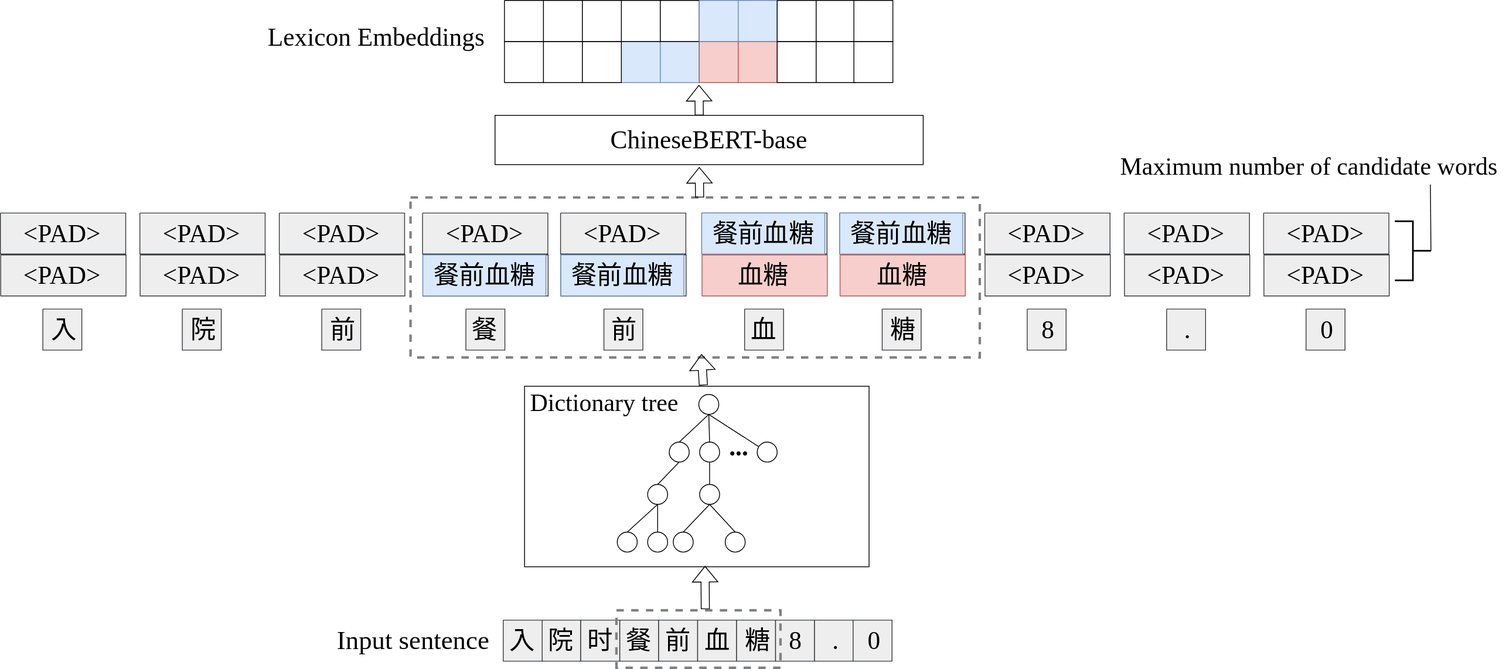
Earlier version of the draw.io export lexicon_information_matcher.drawio.svg (JJackMoO/Jackert_draw). Source tidied: cells renumbered, new cells last; positions are measured from the earlier drawing's top-left corner, leaving out a move shared by most shapes.
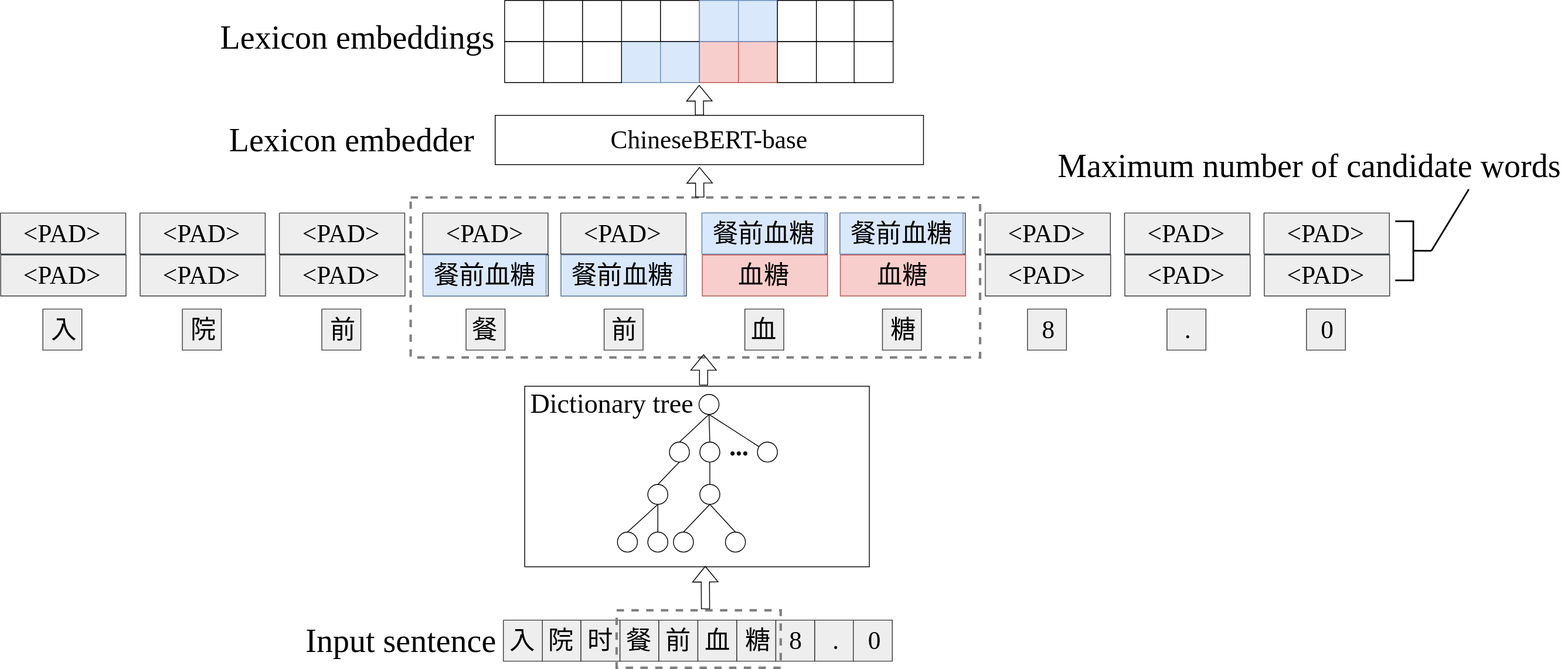
After the change.

What changed in the source:
```diff
@@ -77,8 +77,8 @@
         <mxPoint x="859" y="689" as="targetPoint" />
       </mxGeometry>
     </mxCell>
-    <mxCell id="26" value="Input sentence" style="text;html=1;align=center;verticalAlign=middle;fillColor=none;strokeColor=none;rounded=0;fontFamily=Times New Roman;fontSize=32;" parent="1" vertex="1">
-      <mxGeometry x="403" y="760" width="200" height="40" as="geometry" />
+    <mxCell id="26" value="&lt;font style=&quot;font-size: 40px;&quot;&gt;Input sentence&lt;/font&gt;" style="text;html=1;align=center;verticalAlign=middle;fillColor=none;strokeColor=none;rounded=0;fontFamily=Times New Roman;fontSize=32;" parent="1" vertex="1">
+      <mxGeometry x="363" y="755" width="250" height="50" as="geometry" />
     </mxCell>
     <mxCell id="27" style="group;" parent="1" vertex="1">
       <mxGeometry x="755" y="755" width="192.5" height="50" as="geometry" />
@@ -191,9 +191,10 @@
     <mxCell id="63" value="前" style="text;html=1;align=center;verticalAlign=middle;fillColor=none;strokeColor=none;rounded=0;fontFamily=Times New Roman;fontSize=31;" parent="61" vertex="1">
       <mxGeometry width="50" height="50" as="geometry" />
     </mxCell>
-    <mxCell id="64" style="shape=flexArrow;endArrow=classic;html=1;rounded=0;fontFamily=Times New Roman;fontSize=31;entryX=0.511;entryY=0.979;entryDx=0;entryDy=0;entryPerimeter=0;" parent="1" edge="1" target="2">
+    <mxCell id="64" style="shape=flexArrow;endArrow=classic;html=1;rounded=0;fontFamily=Times New Roman;fontSize=31;" parent="1" edge="1">
       <mxGeometry relative="1" as="geometry">
         <mxPoint x="857" y="469" as="sourcePoint" />
+        <mxPoint x="857" y="431" as="targetPoint" />
       </mxGeometry>
     </mxCell>
     <mxCell id="65" style="shape=flexArrow;endArrow=classic;html=1;rounded=0;fontFamily=Times New Roman;fontSize=31;exitX=0.476;exitY=-0.018;exitDx=0;exitDy=0;exitPerimeter=0;" parent="1" edge="1">
@@ -241,20 +242,20 @@
         <mxPoint x="851.6" y="103" as="targetPoint" />
       </mxGeometry>
     </mxCell>
-    <mxCell id="78" value="Lexicon Embeddings" style="text;html=1;align=center;verticalAlign=middle;fillColor=none;strokeColor=none;rounded=0;fontFamily=Times New Roman;fontSize=31;" parent="1" vertex="1">
-      <mxGeometry x="313" y="20" width="290" height="50" as="geometry" />
+    <mxCell id="78" value="&lt;font style=&quot;font-size: 40px;&quot;&gt;Lexicon embeddings&lt;/font&gt;" style="text;html=1;align=center;verticalAlign=middle;fillColor=none;strokeColor=none;rounded=0;fontFamily=Times New Roman;fontSize=31;" parent="1" vertex="1">
+      <mxGeometry x="260" y="20" width="350" height="50" as="geometry" />
     </mxCell>
-    <mxCell id="79" style="rounded=0;jettySize=auto;html=1;exitX=0;exitY=0.5;exitDx=0;exitDy=0;exitPerimeter=0;entryX=0.809;entryY=1.059;entryDx=0;entryDy=0;entryPerimeter=0;fontFamily=Times New Roman;fontSize=30;endArrow=none;endFill=0;" parent="1" edge="1" source="80" target="81">
+    <mxCell id="79" style="rounded=0;jettySize=auto;html=1;exitX=0;exitY=0.5;exitDx=0;exitDy=0;exitPerimeter=0;entryX=0.809;entryY=1.059;entryDx=0;entryDy=0;entryPerimeter=0;fontFamily=Times New Roman;fontSize=30;endArrow=none;endFill=0;strokeWidth=2;" parent="1" edge="1" source="80" target="81">
       <mxGeometry relative="1" as="geometry" />
     </mxCell>
     <mxCell id="80" style="strokeWidth=2;html=1;shape=mxgraph.flowchart.annotation_2;align=left;labelPosition=right;fontFamily=Times New Roman;fontSize=31;flipH=1;" parent="1" vertex="1">
       <mxGeometry x="1700" y="269" width="44" height="72" as="geometry" />
     </mxCell>
-    <mxCell id="81" value="&lt;font style=&quot;font-size: 30px;&quot;&gt;Maximum number of candidate words&lt;/font&gt;" style="text;html=1;align=center;verticalAlign=middle;points=[];fillColor=none;strokeColor=none;rounded=0;fontFamily=Times New Roman;fontSize=31;" parent="1" vertex="1">
-      <mxGeometry x="1355" y="182" width="480" height="40" as="geometry" />
+    <mxCell id="81" value="&lt;font style=&quot;font-size: 40px;&quot;&gt;Maximum number of candidate words&lt;/font&gt;" style="text;html=1;align=center;verticalAlign=middle;points=[];fillColor=none;strokeColor=none;rounded=0;fontFamily=Times New Roman;fontSize=31;" parent="1" vertex="1">
+      <mxGeometry x="1280" y="177" width="630" height="50" as="geometry" />
     </mxCell>
-    <mxCell id="82" value="&lt;font style=&quot;font-size: 30px;&quot; face=&quot;Times New Roman&quot;&gt;Dictionary tree&lt;/font&gt;" style="text;html=1;align=center;verticalAlign=middle;fillColor=none;strokeColor=none;rounded=0;" parent="1" vertex="1">
-      <mxGeometry x="636" y="475" width="200" height="30" as="geometry" />
+    <mxCell id="82" value="&lt;font style=&quot;font-size: 33px;&quot; face=&quot;Times New Roman&quot;&gt;Dictionary tree&lt;/font&gt;" style="text;html=1;align=center;verticalAlign=middle;fillColor=none;strokeColor=none;rounded=0;" parent="1" vertex="1">
+      <mxGeometry x="640" y="477" width="210" height="30" as="geometry" />
     </mxCell>
     <mxCell id="83" style="verticalLabelPosition=bottom;verticalAlign=top;html=1;shape=mxgraph.basic.patternFillRect;fillStyle=auto;step=5;fillStrokeWidth=0.2;fillStrokeColor=#dddddd;gradientDirection=north;strokeColor=#36393d;shadow=0;sketch=0;fillColor=#eeeeee;" parent="1" vertex="1">
       <mxGeometry x="660" y="755" width="47.5" height="50" as="geometry" />
@@ -457,5 +458,8 @@
     <mxCell id="149" style="verticalLabelPosition=bottom;verticalAlign=top;html=1;shape=mxgraph.basic.patternFillRect;fillStyle=auto;step=5;fillStrokeWidth=0.2;fillStrokeColor=#dddddd;gradientDirection=north;shadow=0;sketch=0;" parent="1" vertex="1">
       <mxGeometry x="614.5" width="47.5" height="50" as="geometry" />
     </mxCell>
+    <mxCell id="150" value="&lt;font style=&quot;font-size: 40px;&quot;&gt;Lexicon embedder&lt;/font&gt;" style="text;html=1;align=center;verticalAlign=middle;fillColor=none;strokeColor=none;rounded=0;fontFamily=Times New Roman;fontSize=31;" parent="1" vertex="1">
+      <mxGeometry x="273" y="145" width="310" height="50" as="geometry" />
+    </mxCell>
   </root>
 </mxGraphModel>
```
